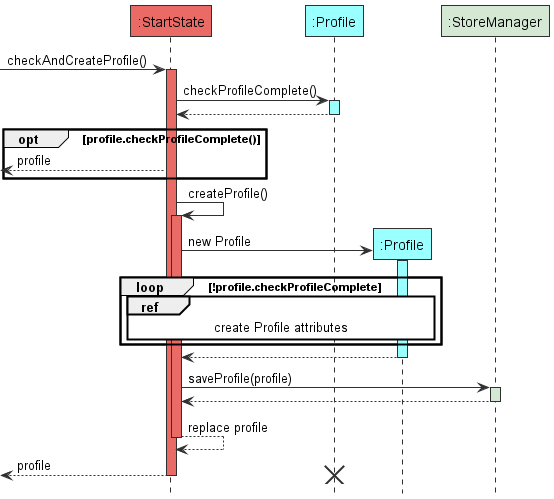
Before: docs/images/CreateProfile.png, a diagram exported from PlantUML (tryyang2001/tp). The source it was exported from:
```plantuml
@startuml
hide footbox
!include Style.puml
participant ":StartState" As StartState MAIN_COLOUR
-> StartState ++ MAIN_COLOUR: checkAndCreateProfile()
participant ":Profile" as oldProfile DATA_COLOUR
StartState -> oldProfile ++ DATA_COLOUR :checkProfileComplete()
oldProfile --> StartState --
opt profile.checkProfileComplete()
<-- StartState : profile
end
StartState -> StartState ++ MAIN_COLOUR: createProfile()
participant ":Profile" as newProfile DATA_COLOUR
create newProfile
StartState ->newProfile ++ DATA_COLOUR : new Profile
loop !profile.checkProfileComplete
ref over StartState,newProfile
create Profile attributes
end
end
newProfile --> StartState --
participant ":StoreManager" as StoreManager STORAGE_COLOUR
StartState -> StoreManager ++ STORAGE_COLOUR: saveProfile(profile)
StoreManager --> StartState --
StartState --> StartState -- MAIN_COLOUR : replace profile
<-- StartState -- : profile
destroy oldProfile


@enduml
```
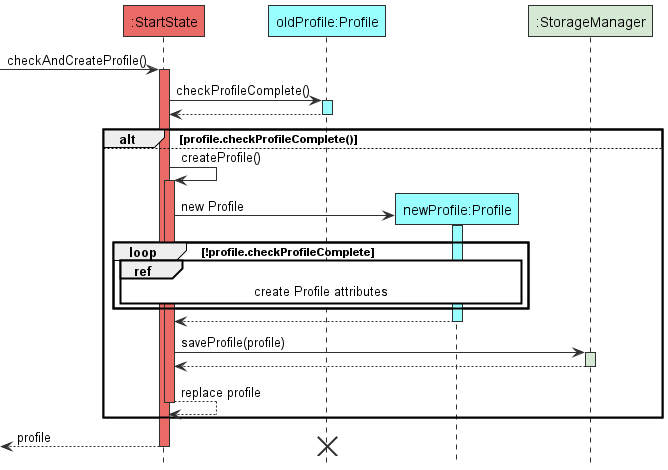
After the change.

Diff of the diagram source:
```diff
@@ -3,14 +3,13 @@
 !include Style.puml
 participant ":StartState" As StartState MAIN_COLOUR
 -> StartState ++ MAIN_COLOUR: checkAndCreateProfile()
-participant ":Profile" as oldProfile DATA_COLOUR
+participant "oldProfile:Profile" as oldProfile DATA_COLOUR
 StartState -> oldProfile ++ DATA_COLOUR :checkProfileComplete()
 oldProfile --> StartState --
-opt profile.checkProfileComplete()
-<-- StartState : profile
-end
+alt profile.checkProfileComplete()
+else
 StartState -> StartState ++ MAIN_COLOUR: createProfile()
-participant ":Profile" as newProfile DATA_COLOUR
+participant "newProfile:Profile" as newProfile DATA_COLOUR
 create newProfile
 StartState ->newProfile ++ DATA_COLOUR : new Profile
 loop !profile.checkProfileComplete
@@ -19,12 +18,14 @@
 end
 end
 newProfile --> StartState --
-participant ":StoreManager" as StoreManager STORAGE_COLOUR
+participant ":StorageManager" as StoreManager STORAGE_COLOUR
 StartState -> StoreManager ++ STORAGE_COLOUR: saveProfile(profile)
 StoreManager --> StartState --
 StartState --> StartState -- MAIN_COLOUR : replace profile
+end
 <-- StartState -- : profile
 destroy oldProfile
 
 
+
 @enduml
```
